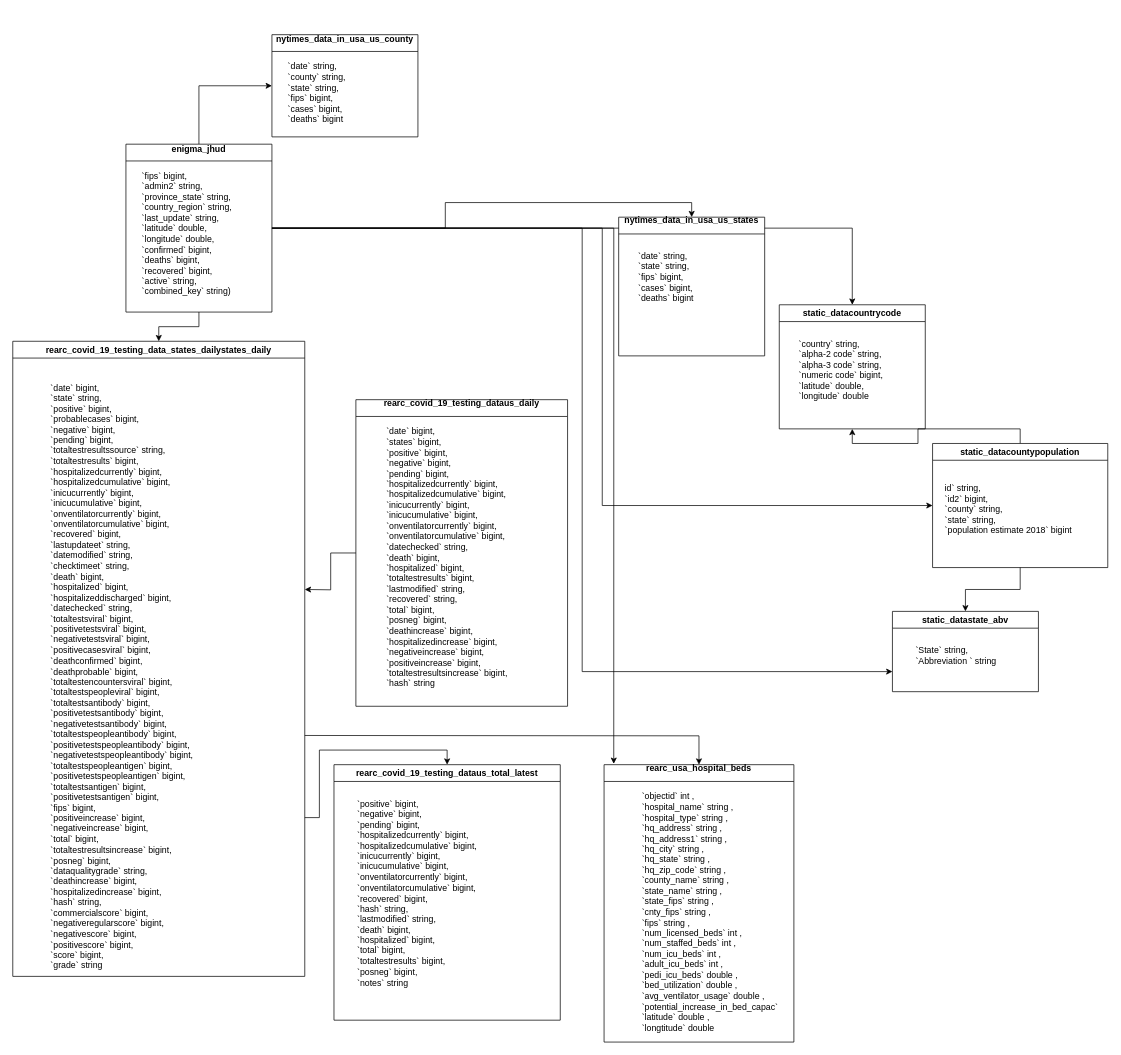
This is Biểu đồ không có tiêu đề.drawio from boyslikeguy23/DEproject, a draw.io file, before an edit. Source tidied: cells renumbered, new cells numbered last; positions are measured from the earlier drawing's top-left corner, leaving out a move shared by most shapes. Both pictures are drawn from the tidied source at 73%, with x=0, y=0 at pixel (12, 34).
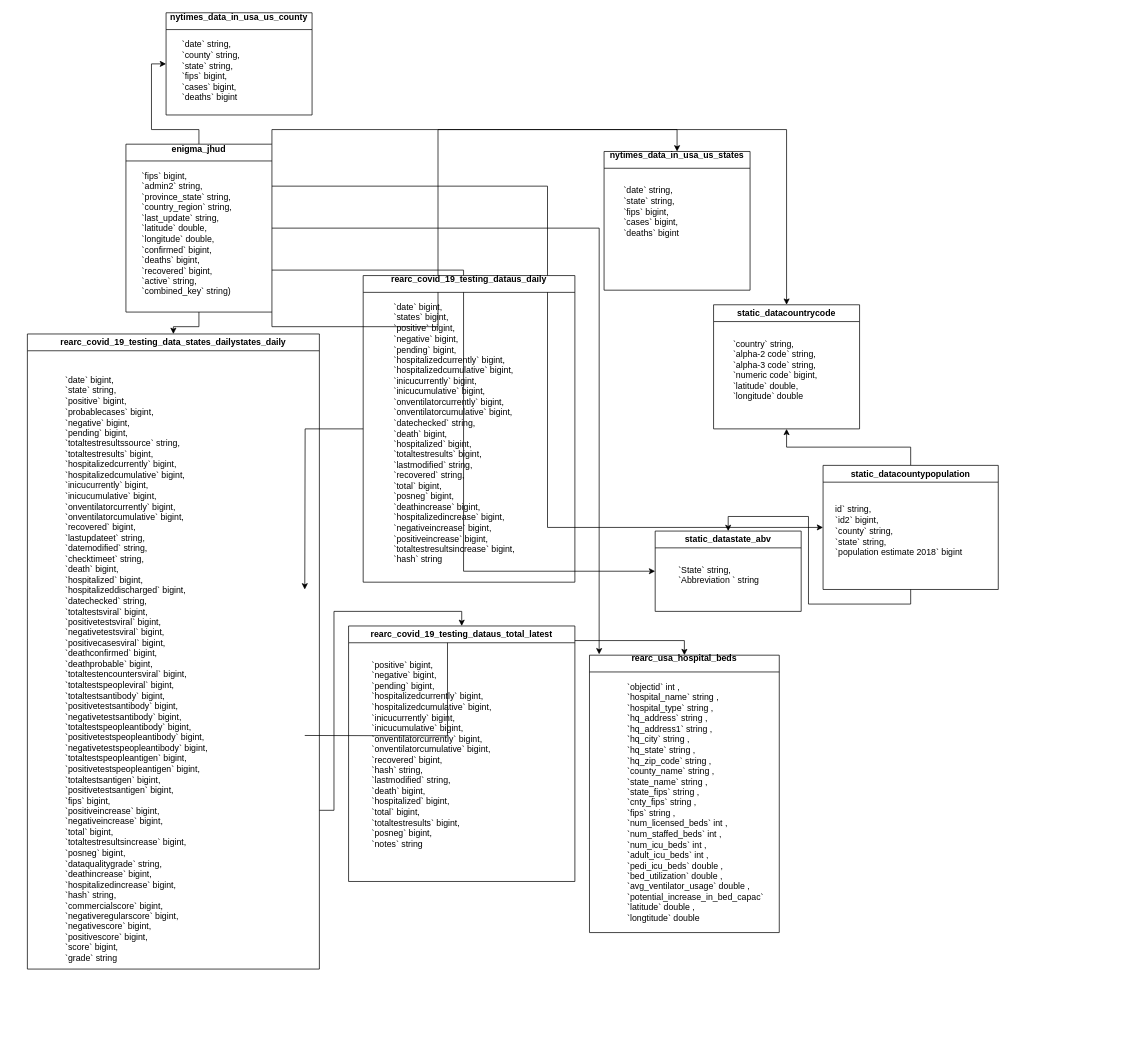
The same page after the edit.

Commit message:
Cập nhật Biểu đồ không có tiêu đề.drawio

Unchanged cells that the change refers to:
```xml
<mxCell id="7" value="&lt;p style=&quot;margin-top:0in;margin-right:0in;margin-bottom:8.0pt;&lt;br/&gt;margin-left:0in;text-indent:0in;line-height:107%&quot; class=&quot;MsoNormal&quot;&gt;&lt;span style=&quot;font-family: Arial, sans-serif;&quot;&gt;enigma_jhud&lt;/span&gt;&lt;/p&gt;" style="swimlane;whiteSpace=wrap;html=1;" parent="1" vertex="1">
  <mxGeometry x="155" y="150" width="200" height="230" as="geometry" />
</mxCell>
```

Change to the diagram source:
```diff
@@
+    <mxCell id="3" style="edgeStyle=orthogonalEdgeStyle;rounded=0;jettySize=auto;html=1;exitX=0.5;exitY=0;exitDx=0;exitDy=0;entryX=0;entryY=0.5;entryDx=0;entryDy=0;" parent="1" edge="1" source="7" target="9">
+      <mxGeometry relative="1" as="geometry" />
+    </mxCell>
+    <mxCell id="6" style="edgeStyle=orthogonalEdgeStyle;rounded=0;jettySize=auto;html=1;exitX=1;exitY=0.75;exitDx=0;exitDy=0;entryX=0;entryY=0.5;entryDx=0;entryDy=0;" parent="1" edge="1" source="7" target="22">
+      <mxGeometry relative="1" as="geometry" />
+    </mxCell>
-    <mxCell id="2" style="edgeStyle=orthogonalEdgeStyle;rounded=0;jettySize=auto;html=1;exitX=1;exitY=0.5;exitDx=0;exitDy=0;entryX=0;entryY=0.5;entryDx=0;entryDy=0;" parent="1" edge="1" source="7" target="26">
+    <mxCell id="2" style="edgeStyle=orthogonalEdgeStyle;rounded=0;jettySize=auto;html=1;exitX=1;exitY=0.25;exitDx=0;exitDy=0;entryX=0;entryY=0.5;entryDx=0;entryDy=0;" parent="1" edge="1" source="7" target="26">
       <mxGeometry relative="1" as="geometry" />
     </mxCell>
-    <mxCell id="3" style="edgeStyle=orthogonalEdgeStyle;rounded=0;jettySize=auto;html=1;exitX=0.5;exitY=0;exitDx=0;exitDy=0;entryX=0;entryY=0.5;entryDx=0;entryDy=0;" parent="1" edge="1" source="7" target="9">
-      <mxGeometry relative="1" as="geometry" />
-    </mxCell>
+    <mxCell id="5" style="edgeStyle=orthogonalEdgeStyle;rounded=0;jettySize=auto;html=1;exitX=1;exitY=0;exitDx=0;exitDy=0;entryX=0.5;entryY=0;entryDx=0;entryDy=0;" parent="1" edge="1" source="7" target="28">
+      <mxGeometry relative="1" as="geometry" />
+    </mxCell>
-    <mxCell id="4" style="edgeStyle=orthogonalEdgeStyle;rounded=0;jettySize=auto;html=1;exitX=1;exitY=0.5;exitDx=0;exitDy=0;entryX=0.5;entryY=0;entryDx=0;entryDy=0;" parent="1" edge="1" source="7" target="11">
+    <mxCell id="4" style="edgeStyle=orthogonalEdgeStyle;rounded=0;jettySize=auto;html=1;exitX=1;exitY=1;exitDx=0;exitDy=0;entryX=0.5;entryY=0;entryDx=0;entryDy=0;" parent="1" edge="1" source="7" target="11">
       <mxGeometry relative="1" as="geometry" />
     </mxCell>
-    <mxCell id="5" style="edgeStyle=orthogonalEdgeStyle;rounded=0;jettySize=auto;html=1;exitX=1;exitY=0.5;exitDx=0;exitDy=0;entryX=0.5;entryY=0;entryDx=0;entryDy=0;" parent="1" edge="1" source="7" target="28">
-      <mxGeometry relative="1" as="geometry" />
-    </mxCell>
-    <mxCell id="6" style="edgeStyle=orthogonalEdgeStyle;rounded=0;jettySize=auto;html=1;exitX=1;exitY=0.5;exitDx=0;exitDy=0;entryX=0;entryY=0.75;entryDx=0;entryDy=0;" parent="1" edge="1" source="7" target="22">
-      <mxGeometry relative="1" as="geometry" />
-    </mxCell>
@@
     <mxCell id="9" value="&lt;p style=&quot;margin-top:0in;margin-right:0in;margin-bottom:8.0pt;&lt;br/&gt;margin-left:0in;text-indent:0in;line-height:107%&quot; class=&quot;MsoNormal&quot;&gt;&lt;font face=&quot;Arial, sans-serif&quot;&gt;nytimes_data_in_usa_us_county&lt;/font&gt;&lt;br&gt;&lt;/p&gt;" style="swimlane;whiteSpace=wrap;html=1;" parent="1" vertex="1">
-      <mxGeometry x="355" width="200" height="140" as="geometry" />
+      <mxGeometry x="210" y="-30" width="200" height="140" as="geometry" />
     </mxCell>
@@
     <mxCell id="11" value="nytimes_data_in_usa_us_states&lt;div&gt;&lt;br/&gt;&lt;/div&gt;" style="swimlane;whiteSpace=wrap;html=1;" parent="1" vertex="1">
-      <mxGeometry x="830" y="250" width="200" height="190" as="geometry" />
+      <mxGeometry x="810" y="160" width="200" height="190" as="geometry" />
     </mxCell>
@@
     <mxCell id="16" value="rearc_covid_19_testing_data_states_dailystates_daily" style="swimlane;whiteSpace=wrap;html=1;" parent="1" vertex="1">
-      <mxGeometry y="420" width="400" height="870" as="geometry" />
+      <mxGeometry x="20" y="410" width="400" height="870" as="geometry" />
     </mxCell>
@@
     <mxCell id="18" value="rearc_usa_hospital_beds&lt;div&gt;&lt;br/&gt;&lt;/div&gt;" style="swimlane;whiteSpace=wrap;html=1;" parent="1" vertex="1">
-      <mxGeometry x="810" y="1000" width="260" height="380" as="geometry" />
+      <mxGeometry x="790" y="850" width="260" height="380" as="geometry" />
     </mxCell>
@@
     <mxCell id="20" value="&lt;div&gt;&lt;br&gt;&lt;/div&gt;rearc_covid_19_testing_dataus_total_latest&lt;div&gt;&lt;br&gt;&lt;/div&gt;" style="swimlane;whiteSpace=wrap;html=1;" parent="1" vertex="1">
-      <mxGeometry x="440" y="1000" width="310" height="350" as="geometry" />
+      <mxGeometry x="460" y="810" width="310" height="350" as="geometry" />
     </mxCell>
@@
     <mxCell id="22" value="static_datastate_abv" style="swimlane;whiteSpace=wrap;html=1;" parent="1" vertex="1">
-      <mxGeometry x="1205" y="790" width="200" height="110" as="geometry" />
+      <mxGeometry x="880" y="680" width="200" height="110" as="geometry" />
     </mxCell>
@@
     <mxCell id="26" value="static_datacountypopulation" style="swimlane;whiteSpace=wrap;html=1;" parent="1" vertex="1">
-      <mxGeometry x="1260" y="560" width="240" height="170" as="geometry" />
+      <mxGeometry x="1110" y="590" width="240" height="170" as="geometry" />
     </mxCell>
@@
     <mxCell id="28" value="static_datacountrycode" style="swimlane;whiteSpace=wrap;html=1;" parent="1" vertex="1">
-      <mxGeometry x="1050" y="370" width="200" height="170" as="geometry" />
+      <mxGeometry x="960" y="370" width="200" height="170" as="geometry" />
     </mxCell>
@@
     <mxCell id="31" value="rearc_covid_19_testing_dataus_daily&lt;div&gt;&lt;br/&gt;&lt;/div&gt;" style="swimlane;whiteSpace=wrap;html=1;" parent="1" vertex="1">
-      <mxGeometry x="470" y="500" width="290" height="420" as="geometry" />
+      <mxGeometry x="480" y="330" width="290" height="420" as="geometry" />
     </mxCell>
```
